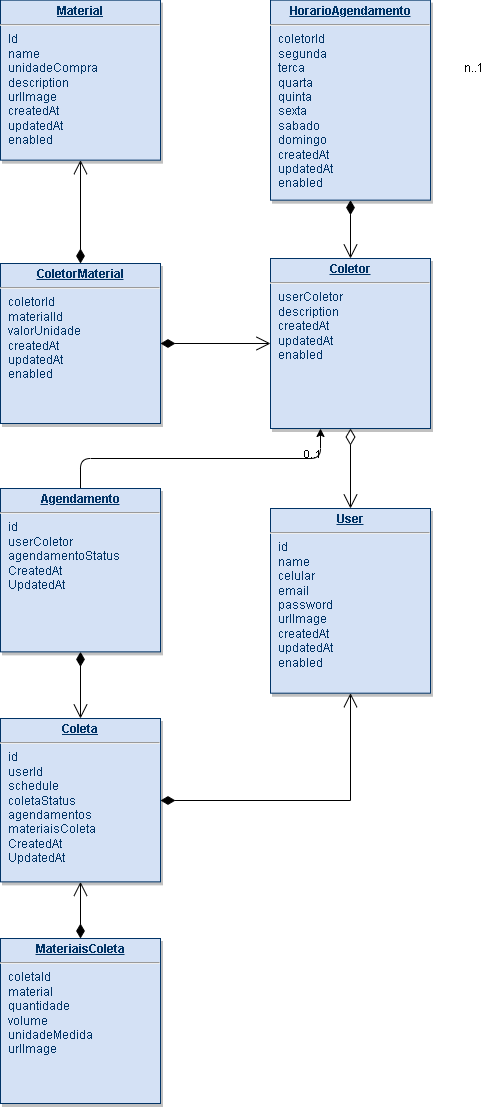
Earlier version of the draw.io export assets/database.png (leonino/tatudobem). Source tidied: cells renumbered, new cells last; positions are measured from the earlier drawing's top-left corner, leaving out a move shared by most shapes. The source it was exported from:
```xml
<mxGraphModel>
  <root>
    <mxCell id="0" />
    <mxCell id="1" parent="0" />
    <mxCell id="2" style="edgeStyle=orthogonalEdgeStyle;rounded=0;jettySize=auto;html=1;startArrow=open;startFill=0;endArrow=diamondThin;endFill=1;startSize=12;endSize=12;" parent="1" edge="1" source="4" target="5">
      <mxGeometry relative="1" as="geometry" />
    </mxCell>
    <mxCell id="3" style="edgeStyle=orthogonalEdgeStyle;rounded=0;jettySize=auto;html=1;startArrow=open;startFill=0;endArrow=diamondThin;endFill=1;startSize=12;endSize=12;" parent="1" edge="1" source="4" target="12">
      <mxGeometry relative="1" as="geometry" />
    </mxCell>
    <mxCell id="4" value="&lt;p style=&quot;margin: 0px ; margin-top: 4px ; text-align: center ; text-decoration: underline&quot;&gt;&lt;strong&gt;Coletor&lt;/strong&gt;&lt;/p&gt;&lt;hr&gt;&lt;p style=&quot;margin: 0px ; margin-left: 8px&quot;&gt;userColetor&lt;/p&gt;&lt;p style=&quot;margin: 0px ; margin-left: 8px&quot;&gt;description&lt;/p&gt;&lt;p style=&quot;margin: 0px ; margin-left: 8px&quot;&gt;createdAt&lt;/p&gt;&lt;p style=&quot;margin: 0px ; margin-left: 8px&quot;&gt;updatedAt&lt;/p&gt;&lt;p style=&quot;margin: 0px ; margin-left: 8px&quot;&gt;enabled&lt;/p&gt;" style="verticalAlign=top;align=left;overflow=fill;fontSize=12;fontFamily=Helvetica;html=1;strokeColor=#003366;shadow=1;fillColor=#D4E1F5;fontColor=#003366;" parent="1" vertex="1">
      <mxGeometry x="270" y="258" width="160" height="170" as="geometry" />
    </mxCell>
    <mxCell id="5" value="&lt;p style=&quot;margin: 0px ; margin-top: 4px ; text-align: center ; text-decoration: underline&quot;&gt;&lt;strong&gt;ColetorMaterial&lt;/strong&gt;&lt;/p&gt;&lt;hr&gt;&lt;p style=&quot;margin: 0px ; margin-left: 8px&quot;&gt;coletorId&lt;/p&gt;&lt;p style=&quot;margin: 0px ; margin-left: 8px&quot;&gt;&lt;span&gt;materialId&lt;/span&gt;&lt;br&gt;&lt;/p&gt;&lt;p style=&quot;margin: 0px ; margin-left: 8px&quot;&gt;&lt;span&gt;valorUnidade&lt;/span&gt;&lt;br&gt;&lt;/p&gt;&lt;p style=&quot;margin: 0px ; margin-left: 8px&quot;&gt;cr&lt;span&gt;eatedAt&lt;/span&gt;&lt;/p&gt;&lt;p style=&quot;margin: 0px ; margin-left: 8px&quot;&gt;updatedAt&lt;/p&gt;&lt;p style=&quot;margin: 0px ; margin-left: 8px&quot;&gt;enabled&lt;/p&gt;" style="verticalAlign=top;align=left;overflow=fill;fontSize=12;fontFamily=Helvetica;html=1;strokeColor=#003366;shadow=1;fillColor=#D4E1F5;fontColor=#003366;" parent="1" vertex="1">
      <mxGeometry y="263" width="160" height="160" as="geometry" />
    </mxCell>
    <mxCell id="6" style="edgeStyle=orthogonalEdgeStyle;rounded=0;jettySize=auto;html=1;startArrow=open;startFill=0;endArrow=diamondThin;endFill=1;startSize=12;endSize=12;" parent="1" edge="1" source="7" target="15">
      <mxGeometry relative="1" as="geometry">
        <Array as="points">
          <mxPoint x="350" y="800" />
        </Array>
      </mxGeometry>
    </mxCell>
    <mxCell id="7" value="&lt;p style=&quot;margin: 0px ; margin-top: 4px ; text-align: center ; text-decoration: underline&quot;&gt;&lt;b&gt;User&lt;/b&gt;&lt;/p&gt;&lt;hr&gt;&lt;p style=&quot;margin: 0px ; margin-left: 8px&quot;&gt;&lt;span&gt;id&lt;/span&gt;&lt;br&gt;&lt;/p&gt;&lt;p style=&quot;margin: 0px ; margin-left: 8px&quot;&gt;name&lt;/p&gt;&lt;p style=&quot;margin: 0px 0px 0px 8px&quot;&gt;celular&lt;/p&gt;&lt;p style=&quot;margin: 0px ; margin-left: 8px&quot;&gt;email&lt;/p&gt;&lt;p style=&quot;margin: 0px ; margin-left: 8px&quot;&gt;&lt;span&gt;password&lt;/span&gt;&lt;br&gt;&lt;/p&gt;&lt;p style=&quot;margin: 0px ; margin-left: 8px&quot;&gt;&lt;span&gt;urlImage&lt;/span&gt;&lt;/p&gt;&lt;p style=&quot;margin: 0px ; margin-left: 8px&quot;&gt;createdAt&lt;/p&gt;&lt;p style=&quot;margin: 0px ; margin-left: 8px&quot;&gt;updatedAt&lt;/p&gt;&lt;p style=&quot;margin: 0px ; margin-left: 8px&quot;&gt;enabled&lt;/p&gt;" style="verticalAlign=top;align=left;overflow=fill;fontSize=12;fontFamily=Helvetica;html=1;strokeColor=#003366;shadow=1;fillColor=#D4E1F5;fontColor=#003366;" parent="1" vertex="1">
      <mxGeometry x="270" y="508" width="160" height="184.7" as="geometry" />
    </mxCell>
    <mxCell id="8" style="edgeStyle=orthogonalEdgeStyle;rounded=0;jettySize=auto;html=1;startArrow=open;startFill=0;endArrow=diamondThin;endFill=1;startSize=12;endSize=12;" parent="1" edge="1" source="9" target="5">
      <mxGeometry relative="1" as="geometry" />
    </mxCell>
    <mxCell id="9" value="&lt;p style=&quot;margin: 0px ; margin-top: 4px ; text-align: center ; text-decoration: underline&quot;&gt;&lt;b&gt;Material&lt;/b&gt;&lt;/p&gt;&lt;hr&gt;&lt;p style=&quot;margin: 0px ; margin-left: 8px&quot;&gt;Id&lt;/p&gt;&lt;p style=&quot;margin: 0px ; margin-left: 8px&quot;&gt;name&lt;/p&gt;&lt;p style=&quot;margin: 0px ; margin-left: 8px&quot;&gt;unidadeCompra&lt;/p&gt;&lt;p style=&quot;margin: 0px ; margin-left: 8px&quot;&gt;description&lt;/p&gt;&lt;p style=&quot;margin: 0px ; margin-left: 8px&quot;&gt;urlImage&lt;/p&gt;&lt;p style=&quot;margin: 0px ; margin-left: 8px&quot;&gt;&lt;span&gt;createdAt&lt;/span&gt;&lt;br&gt;&lt;/p&gt;&lt;p style=&quot;margin: 0px ; margin-left: 8px&quot;&gt;updatedAt&lt;/p&gt;&lt;p style=&quot;margin: 0px ; margin-left: 8px&quot;&gt;enabled&lt;span style=&quot;white-space: pre&quot;&gt;&#9;&lt;/span&gt;&lt;/p&gt;" style="verticalAlign=top;align=left;overflow=fill;fontSize=12;fontFamily=Helvetica;html=1;strokeColor=#003366;shadow=1;fillColor=#D4E1F5;fontColor=#003366;" parent="1" vertex="1">
      <mxGeometry y="-0.4" width="160" height="160" as="geometry" />
    </mxCell>
    <mxCell id="10" style="endArrow=open;endSize=12;startArrow=diamondThin;startSize=14;startFill=0;edgeStyle=orthogonalEdgeStyle;" parent="1" edge="1" source="4" target="7">
      <mxGeometry x="519.4" y="200" as="geometry" />
    </mxCell>
    <mxCell id="11" value="0..1" style="edgeLabel;html=1;align=center;verticalAlign=middle;" parent="10" vertex="1">
      <mxGeometry relative="1" as="geometry">
        <mxPoint x="-39" y="-15" as="offset" />
      </mxGeometry>
    </mxCell>
    <mxCell id="12" value="&lt;p style=&quot;margin: 0px ; margin-top: 4px ; text-align: center ; text-decoration: underline&quot;&gt;&lt;b&gt;HorarioAgendamento&lt;/b&gt;&lt;/p&gt;&lt;hr&gt;&lt;p style=&quot;margin: 0px ; margin-left: 8px&quot;&gt;coletorId&lt;/p&gt;&lt;p style=&quot;margin: 0px ; margin-left: 8px&quot;&gt;segunda&lt;/p&gt;&lt;p style=&quot;margin: 0px ; margin-left: 8px&quot;&gt;terca&lt;/p&gt;&lt;p style=&quot;margin: 0px ; margin-left: 8px&quot;&gt;quarta&lt;/p&gt;&lt;p style=&quot;margin: 0px ; margin-left: 8px&quot;&gt;quinta&lt;/p&gt;&lt;p style=&quot;margin: 0px ; margin-left: 8px&quot;&gt;sexta&lt;/p&gt;&lt;p style=&quot;margin: 0px ; margin-left: 8px&quot;&gt;sabado&lt;/p&gt;&lt;p style=&quot;margin: 0px ; margin-left: 8px&quot;&gt;domingo&lt;/p&gt;&lt;p style=&quot;margin: 0px ; margin-left: 8px&quot;&gt;createdAt&lt;/p&gt;&lt;p style=&quot;margin: 0px ; margin-left: 8px&quot;&gt;updatedAt&lt;/p&gt;&lt;p style=&quot;margin: 0px ; margin-left: 8px&quot;&gt;enabled&lt;/p&gt;" style="verticalAlign=top;align=left;overflow=fill;fontSize=12;fontFamily=Helvetica;html=1;strokeColor=#003366;shadow=1;fillColor=#D4E1F5;fontColor=#003366;" parent="1" vertex="1">
      <mxGeometry x="270" y="-0.4" width="160" height="200" as="geometry" />
    </mxCell>
    <mxCell id="13" style="edgeStyle=orthogonalEdgeStyle;rounded=0;jettySize=auto;html=1;startArrow=open;startFill=0;endArrow=diamondThin;endFill=1;startSize=12;endSize=12;entryX=0.5;entryY=0;entryDx=0;entryDy=0;" parent="1" edge="1" source="15" target="16">
      <mxGeometry relative="1" as="geometry">
        <Array as="points">
          <mxPoint x="80" y="878" />
          <mxPoint x="80" y="878" />
        </Array>
      </mxGeometry>
    </mxCell>
    <mxCell id="14" style="edgeStyle=orthogonalEdgeStyle;rounded=0;jettySize=auto;html=1;startArrow=open;startFill=0;endArrow=diamondThin;endFill=1;startSize=12;endSize=12;" parent="1" edge="1" source="15" target="19">
      <mxGeometry relative="1" as="geometry" />
    </mxCell>
    <mxCell id="15" value="&lt;p style=&quot;margin: 0px ; margin-top: 4px ; text-align: center ; text-decoration: underline&quot;&gt;&lt;strong&gt;Coleta&lt;/strong&gt;&lt;/p&gt;&lt;hr&gt;&lt;p style=&quot;margin: 0px ; margin-left: 8px&quot;&gt;id&lt;/p&gt;&lt;p style=&quot;margin: 0px ; margin-left: 8px&quot;&gt;userId&lt;/p&gt;&lt;p style=&quot;margin: 0px ; margin-left: 8px&quot;&gt;schedule&lt;/p&gt;&lt;p style=&quot;margin: 0px ; margin-left: 8px&quot;&gt;coletaStatus&lt;/p&gt;&lt;p style=&quot;margin: 0px ; margin-left: 8px&quot;&gt;agendamentos&lt;/p&gt;&lt;p style=&quot;margin: 0px ; margin-left: 8px&quot;&gt;materiaisColeta&lt;/p&gt;&lt;p style=&quot;margin: 0px ; margin-left: 8px&quot;&gt;CreatedAt&lt;/p&gt;&lt;p style=&quot;margin: 0px ; margin-left: 8px&quot;&gt;UpdatedAt&lt;/p&gt;" style="verticalAlign=top;align=left;overflow=fill;fontSize=12;fontFamily=Helvetica;html=1;strokeColor=#003366;shadow=1;fillColor=#D4E1F5;fontColor=#003366;" parent="1" vertex="1">
      <mxGeometry y="718" width="160" height="163.4" as="geometry" />
    </mxCell>
    <mxCell id="16" value="&lt;p style=&quot;margin: 0px ; margin-top: 4px ; text-align: center ; text-decoration: underline&quot;&gt;&lt;strong&gt;MateriaisColeta&lt;/strong&gt;&lt;/p&gt;&lt;hr&gt;&lt;p style=&quot;margin: 0px ; margin-left: 8px&quot;&gt;coletaId&lt;/p&gt;&lt;p style=&quot;margin: 0px ; margin-left: 8px&quot;&gt;&lt;span&gt;material&lt;/span&gt;&lt;/p&gt;&lt;p style=&quot;margin: 0px ; margin-left: 8px&quot;&gt;&lt;span&gt;quantidade&lt;/span&gt;&lt;/p&gt;&lt;p style=&quot;margin: 0px ; margin-left: 8px&quot;&gt;&lt;span&gt;volume&lt;/span&gt;&lt;/p&gt;&lt;p style=&quot;margin: 0px ; margin-left: 8px&quot;&gt;&lt;span&gt;unidadeMedida&lt;/span&gt;&lt;/p&gt;&lt;p style=&quot;margin: 0px ; margin-left: 8px&quot;&gt;&lt;span&gt;urlImage&lt;/span&gt;&lt;/p&gt;" style="verticalAlign=top;align=left;overflow=fill;fontSize=12;fontFamily=Helvetica;html=1;strokeColor=#003366;shadow=1;fillColor=#D4E1F5;fontColor=#003366;" parent="1" vertex="1">
      <mxGeometry y="938" width="160" height="165" as="geometry" />
    </mxCell>
    <mxCell id="17" value="n..1" style="text;html=1;align=center;verticalAlign=middle;strokeColor=none;fillColor=none;" parent="1" vertex="1">
      <mxGeometry x="453" y="58" width="40" height="20" as="geometry" />
    </mxCell>
    <mxCell id="18" style="edgeStyle=none;html=1;" parent="1" edge="1" source="19">
      <mxGeometry relative="1" as="geometry">
        <mxPoint x="320" y="428" as="targetPoint" />
        <Array as="points">
          <mxPoint x="80" y="458" />
          <mxPoint x="320" y="458" />
        </Array>
      </mxGeometry>
    </mxCell>
    <mxCell id="19" value="&lt;p style=&quot;margin: 0px ; margin-top: 4px ; text-align: center ; text-decoration: underline&quot;&gt;&lt;strong&gt;Agendamento&lt;/strong&gt;&lt;/p&gt;&lt;hr&gt;&lt;p style=&quot;margin: 0px ; margin-left: 8px&quot;&gt;id&lt;/p&gt;&lt;p style=&quot;margin: 0px ; margin-left: 8px&quot;&gt;userColetor&lt;/p&gt;&lt;p style=&quot;margin: 0px ; margin-left: 8px&quot;&gt;&lt;span&gt;agendamentoStatus&lt;/span&gt;&lt;br&gt;&lt;/p&gt;&lt;p style=&quot;margin: 0px ; margin-left: 8px&quot;&gt;&lt;span&gt;CreatedAt&lt;/span&gt;&lt;br&gt;&lt;/p&gt;&lt;p style=&quot;margin: 0px ; margin-left: 8px&quot;&gt;UpdatedAt&lt;/p&gt;" style="verticalAlign=top;align=left;overflow=fill;fontSize=12;fontFamily=Helvetica;html=1;strokeColor=#003366;shadow=1;fillColor=#D4E1F5;fontColor=#003366;" parent="1" vertex="1">
      <mxGeometry y="488" width="160" height="163.4" as="geometry" />
    </mxCell>
  </root>
</mxGraphModel>
```
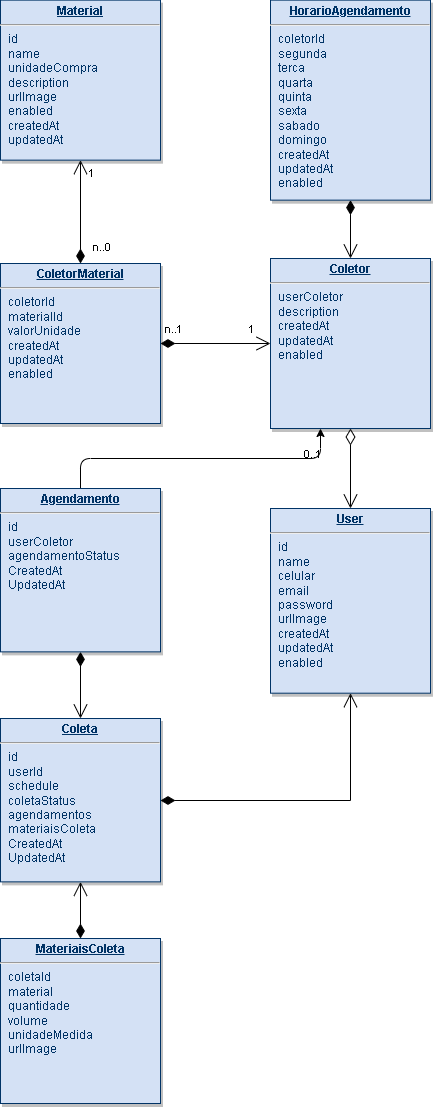
Above is the later version.

What changed in the source:
```diff
@@ -5,6 +5,16 @@
     <mxCell id="2" style="edgeStyle=orthogonalEdgeStyle;rounded=0;jettySize=auto;html=1;startArrow=open;startFill=0;endArrow=diamondThin;endFill=1;startSize=12;endSize=12;" parent="1" edge="1" source="4" target="5">
       <mxGeometry relative="1" as="geometry" />
     </mxCell>
+    <mxCell id="17" value="n..1" style="edgeLabel;html=1;align=center;verticalAlign=middle;" parent="2" vertex="1">
+      <mxGeometry x="0.78" relative="1" as="geometry">
+        <mxPoint y="-15" as="offset" />
+      </mxGeometry>
+    </mxCell>
+    <mxCell id="20" value="1" style="edgeLabel;html=1;align=center;verticalAlign=middle;" parent="2" vertex="1">
+      <mxGeometry x="-0.78" relative="1" as="geometry">
+        <mxPoint x="-8" y="-15" as="offset" />
+      </mxGeometry>
+    </mxCell>
     <mxCell id="3" style="edgeStyle=orthogonalEdgeStyle;rounded=0;jettySize=auto;html=1;startArrow=open;startFill=0;endArrow=diamondThin;endFill=1;startSize=12;endSize=12;" parent="1" edge="1" source="4" target="12">
       <mxGeometry relative="1" as="geometry" />
     </mxCell>
@@ -27,7 +37,17 @@
     <mxCell id="8" style="edgeStyle=orthogonalEdgeStyle;rounded=0;jettySize=auto;html=1;startArrow=open;startFill=0;endArrow=diamondThin;endFill=1;startSize=12;endSize=12;" parent="1" edge="1" source="9" target="5">
       <mxGeometry relative="1" as="geometry" />
     </mxCell>
+    <mxCell id="21" value="n..0" style="edgeLabel;html=1;align=center;verticalAlign=middle;" parent="8" vertex="1">
+      <mxGeometry x="0.69" y="-1" relative="1" as="geometry">
+        <mxPoint x="21" as="offset" />
+      </mxGeometry>
+    </mxCell>
+    <mxCell id="22" value="1" style="edgeLabel;html=1;align=center;verticalAlign=middle;" parent="8" vertex="1">
+      <mxGeometry x="-0.74" y="1" relative="1" as="geometry">
+        <mxPoint x="9" as="offset" />
+      </mxGeometry>
+    </mxCell>
-    <mxCell id="9" value="&lt;p style=&quot;margin: 0px ; margin-top: 4px ; text-align: center ; text-decoration: underline&quot;&gt;&lt;b&gt;Material&lt;/b&gt;&lt;/p&gt;&lt;hr&gt;&lt;p style=&quot;margin: 0px ; margin-left: 8px&quot;&gt;Id&lt;/p&gt;&lt;p style=&quot;margin: 0px ; margin-left: 8px&quot;&gt;name&lt;/p&gt;&lt;p style=&quot;margin: 0px ; margin-left: 8px&quot;&gt;unidadeCompra&lt;/p&gt;&lt;p style=&quot;margin: 0px ; margin-left: 8px&quot;&gt;description&lt;/p&gt;&lt;p style=&quot;margin: 0px ; margin-left: 8px&quot;&gt;urlImage&lt;/p&gt;&lt;p style=&quot;margin: 0px ; margin-left: 8px&quot;&gt;&lt;span&gt;createdAt&lt;/span&gt;&lt;br&gt;&lt;/p&gt;&lt;p style=&quot;margin: 0px ; margin-left: 8px&quot;&gt;updatedAt&lt;/p&gt;&lt;p style=&quot;margin: 0px ; margin-left: 8px&quot;&gt;enabled&lt;span style=&quot;white-space: pre&quot;&gt;&#9;&lt;/span&gt;&lt;/p&gt;" style="verticalAlign=top;align=left;overflow=fill;fontSize=12;fontFamily=Helvetica;html=1;strokeColor=#003366;shadow=1;fillColor=#D4E1F5;fontColor=#003366;" parent="1" vertex="1">
+    <mxCell id="9" value="&lt;p style=&quot;margin: 0px ; margin-top: 4px ; text-align: center ; text-decoration: underline&quot;&gt;&lt;b&gt;Material&lt;/b&gt;&lt;/p&gt;&lt;hr&gt;&lt;p style=&quot;margin: 0px ; margin-left: 8px&quot;&gt;id&lt;/p&gt;&lt;p style=&quot;margin: 0px ; margin-left: 8px&quot;&gt;name&lt;/p&gt;&lt;p style=&quot;margin: 0px ; margin-left: 8px&quot;&gt;unidadeCompra&lt;/p&gt;&lt;p style=&quot;margin: 0px ; margin-left: 8px&quot;&gt;description&lt;/p&gt;&lt;p style=&quot;margin: 0px ; margin-left: 8px&quot;&gt;urlImage&lt;/p&gt;&lt;p style=&quot;margin: 0px ; margin-left: 8px&quot;&gt;enabled&lt;span&gt;&#9;&lt;/span&gt;&lt;br&gt;&lt;/p&gt;&lt;p style=&quot;margin: 0px ; margin-left: 8px&quot;&gt;&lt;span&gt;createdAt&lt;/span&gt;&lt;br&gt;&lt;/p&gt;&lt;p style=&quot;margin: 0px ; margin-left: 8px&quot;&gt;updatedAt&lt;/p&gt;" style="verticalAlign=top;align=left;overflow=fill;fontSize=12;fontFamily=Helvetica;html=1;strokeColor=#003366;shadow=1;fillColor=#D4E1F5;fontColor=#003366;" parent="1" vertex="1">
       <mxGeometry y="-0.4" width="160" height="160" as="geometry" />
     </mxCell>
     <mxCell id="10" style="endArrow=open;endSize=12;startArrow=diamondThin;startSize=14;startFill=0;edgeStyle=orthogonalEdgeStyle;" parent="1" edge="1" source="4" target="7">
@@ -58,9 +78,6 @@
     <mxCell id="16" value="&lt;p style=&quot;margin: 0px ; margin-top: 4px ; text-align: center ; text-decoration: underline&quot;&gt;&lt;strong&gt;MateriaisColeta&lt;/strong&gt;&lt;/p&gt;&lt;hr&gt;&lt;p style=&quot;margin: 0px ; margin-left: 8px&quot;&gt;coletaId&lt;/p&gt;&lt;p style=&quot;margin: 0px ; margin-left: 8px&quot;&gt;&lt;span&gt;material&lt;/span&gt;&lt;/p&gt;&lt;p style=&quot;margin: 0px ; margin-left: 8px&quot;&gt;&lt;span&gt;quantidade&lt;/span&gt;&lt;/p&gt;&lt;p style=&quot;margin: 0px ; margin-left: 8px&quot;&gt;&lt;span&gt;volume&lt;/span&gt;&lt;/p&gt;&lt;p style=&quot;margin: 0px ; margin-left: 8px&quot;&gt;&lt;span&gt;unidadeMedida&lt;/span&gt;&lt;/p&gt;&lt;p style=&quot;margin: 0px ; margin-left: 8px&quot;&gt;&lt;span&gt;urlImage&lt;/span&gt;&lt;/p&gt;" style="verticalAlign=top;align=left;overflow=fill;fontSize=12;fontFamily=Helvetica;html=1;strokeColor=#003366;shadow=1;fillColor=#D4E1F5;fontColor=#003366;" parent="1" vertex="1">
       <mxGeometry y="938" width="160" height="165" as="geometry" />
     </mxCell>
-    <mxCell id="17" value="n..1" style="text;html=1;align=center;verticalAlign=middle;strokeColor=none;fillColor=none;" parent="1" vertex="1">
-      <mxGeometry x="453" y="58" width="40" height="20" as="geometry" />
-    </mxCell>
     <mxCell id="18" style="edgeStyle=none;html=1;" parent="1" edge="1" source="19">
       <mxGeometry relative="1" as="geometry">
         <mxPoint x="320" y="428" as="targetPoint" />
```
